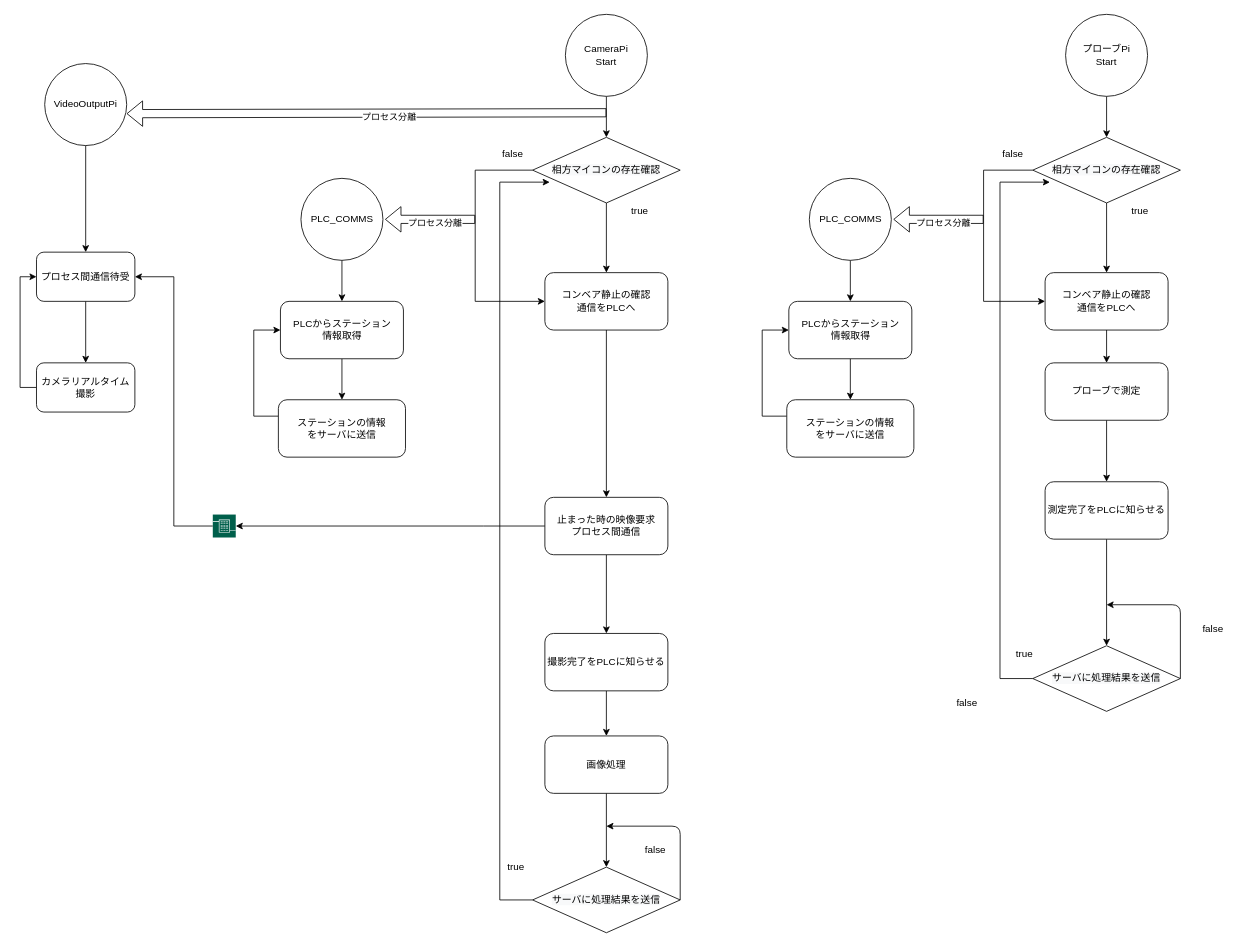
chekke1999/kaihatukadai keeps this draw.io diagram as フローチャート.drawio. Above is the earlier version. Source tidied: cells renumbered, new cells numbered last; positions are measured from the earlier drawing's top-left corner, leaving out a move shared by most shapes. Both pictures are drawn from the tidied source at 82%, with x=0, y=0 at pixel (20, 14).
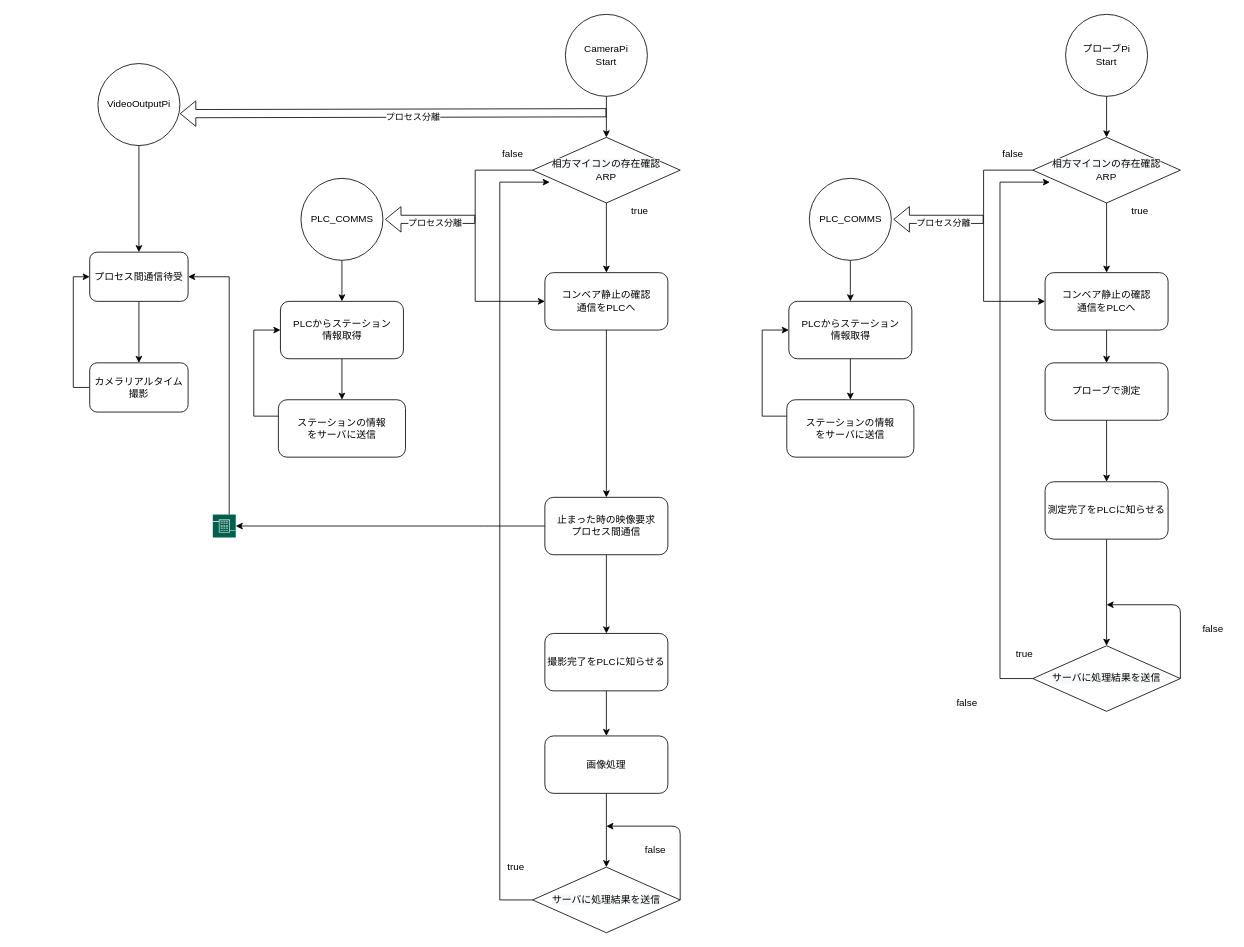
The same diagram, later.

Commit message:
フローチャート.drawio

The change refers to these unchanged cells:
```xml
<mxCell id="51" style="shadow=0;dashed=0;html=1;strokeColor=none;fillColor=#005F4B;labelPosition=center;verticalLabelPosition=bottom;verticalAlign=top;align=center;outlineConnect=0;shape=mxgraph.veeam2.cpu_socket;" parent="1" vertex="1">
  <mxGeometry x="235" y="610" width="28" height="28" as="geometry" />
</mxCell>
```

Diff of the diagram source:
```diff
@@
-    <mxCell id="6" value="&lt;span style=&quot;color: rgb(0, 0, 0); font-family: helvetica; font-size: 12px; font-style: normal; font-weight: 400; letter-spacing: normal; text-align: center; text-indent: 0px; text-transform: none; word-spacing: 0px; background-color: rgb(248, 249, 250); display: inline; float: none;&quot;&gt;相方マイコンの存在確認&lt;/span&gt;" style="rhombus;whiteSpace=wrap;html=1;" parent="1" vertex="1">
+    <mxCell id="6" value="&lt;span style=&quot;color: rgb(0 , 0 , 0) ; font-family: &amp;#34;helvetica&amp;#34; ; font-size: 12px ; font-style: normal ; font-weight: 400 ; letter-spacing: normal ; text-align: center ; text-indent: 0px ; text-transform: none ; word-spacing: 0px ; background-color: rgb(248 , 249 , 250) ; display: inline ; float: none&quot;&gt;相方マイコンの存在確認&lt;br&gt;ARP&lt;br&gt;&lt;/span&gt;" style="rhombus;whiteSpace=wrap;html=1;" parent="1" vertex="1">
       <mxGeometry x="625" y="150" width="180" height="80" as="geometry" />
     </mxCell>
@@
-    <mxCell id="29" value="&lt;span style=&quot;color: rgb(0, 0, 0); font-family: helvetica; font-size: 12px; font-style: normal; font-weight: 400; letter-spacing: normal; text-align: center; text-indent: 0px; text-transform: none; word-spacing: 0px; background-color: rgb(248, 249, 250); display: inline; float: none;&quot;&gt;相方マイコンの存在確認&lt;/span&gt;" style="rhombus;whiteSpace=wrap;html=1;" parent="1" vertex="1">
+    <mxCell id="29" value="&lt;span style=&quot;color: rgb(0 , 0 , 0) ; font-family: &amp;#34;helvetica&amp;#34; ; font-size: 12px ; font-style: normal ; font-weight: 400 ; letter-spacing: normal ; text-align: center ; text-indent: 0px ; text-transform: none ; word-spacing: 0px ; background-color: rgb(248 , 249 , 250) ; display: inline ; float: none&quot;&gt;相方マイコンの存在確認&lt;br&gt;ARP&lt;br&gt;&lt;/span&gt;" style="rhombus;whiteSpace=wrap;html=1;" parent="1" vertex="1">
       <mxGeometry x="1235" y="150" width="180" height="80" as="geometry" />
     </mxCell>
@@
     <mxCell id="45" value="VideoOutputPi" style="ellipse;whiteSpace=wrap;html=1;" parent="1" vertex="1">
-      <mxGeometry x="30" y="60" width="100" height="100" as="geometry" />
+      <mxGeometry x="94.9" y="60" width="100" height="100" as="geometry" />
     </mxCell>
     <mxCell id="46" style="edgeStyle=orthogonalEdgeStyle;rounded=0;jettySize=auto;html=1;entryX=0;entryY=0.5;entryDx=0;entryDy=0;" parent="1" edge="1" source="47" target="53">
       <mxGeometry relative="1" as="geometry">
         <Array as="points">
-          <mxPoint y="455" />
-          <mxPoint y="320" />
+          <mxPoint x="64.9" y="455" />
+          <mxPoint x="64.9" y="320" />
         </Array>
       </mxGeometry>
     </mxCell>
     <mxCell id="47" value="カメラリアルタイム撮影" style="rounded=1;whiteSpace=wrap;html=1;" parent="1" vertex="1">
-      <mxGeometry x="20" y="425" width="120" height="60" as="geometry" />
+      <mxGeometry x="84.9" y="425" width="120" height="60" as="geometry" />
     </mxCell>
@@
     <mxCell id="50" style="edgeStyle=orthogonalEdgeStyle;rounded=0;jettySize=auto;html=1;entryX=1;entryY=0.5;entryDx=0;entryDy=0;" parent="1" edge="1" source="51" target="53">
-      <mxGeometry relative="1" as="geometry" />
+      <mxGeometry relative="1" as="geometry">
+        <Array as="points">
+          <mxPoint x="255" y="320" />
+        </Array>
+      </mxGeometry>
     </mxCell>
@@
     <mxCell id="53" value="プロセス間通信待受" style="rounded=1;whiteSpace=wrap;html=1;" parent="1" vertex="1">
-      <mxGeometry x="20" y="290" width="120" height="60" as="geometry" />
+      <mxGeometry x="84.9" y="290" width="120" height="60" as="geometry" />
     </mxCell>
```
